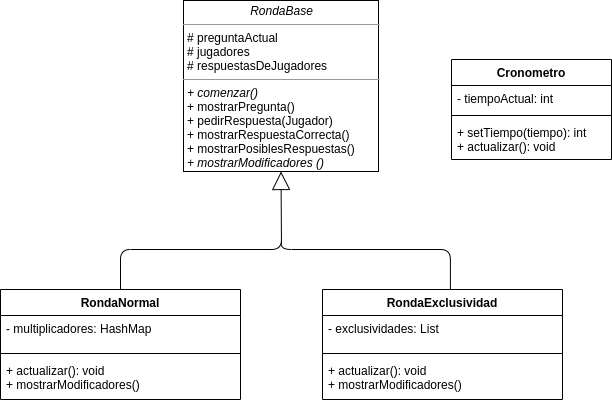
AndresJalife/Kahoot-2.0 keeps this draw.io diagram as informe/diagramaRonda.png. Above is the earlier version. Source tidied: cells renumbered, new cells last; positions are measured from the earlier drawing's top-left corner, leaving out a move shared by most shapes.
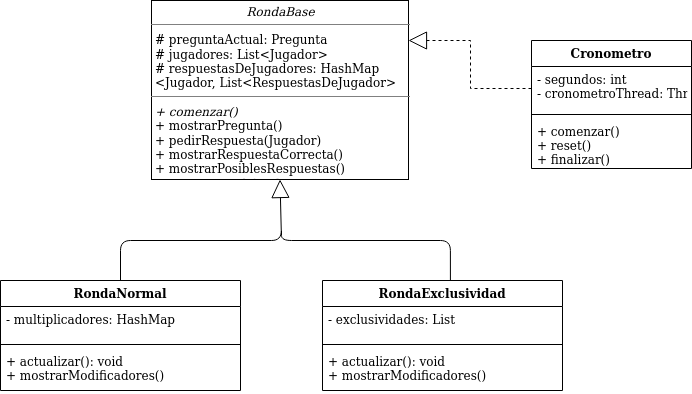
Later version of the same file.

Commit message:
Actualizo diagramas & informe

Diff of the diagram source:
```diff
@@ -2,8 +2,8 @@
   <root>
     <mxCell id="0" />
     <mxCell id="1" parent="0" />
-    <mxCell id="2" value="&lt;p style=&quot;margin: 0px ; margin-top: 4px ; text-align: center&quot;&gt;&lt;i&gt;RondaBase&lt;/i&gt;&lt;/p&gt;&lt;hr size=&quot;1&quot;&gt;&lt;p style=&quot;margin: 0px ; margin-left: 4px&quot;&gt;# preguntaActual&lt;/p&gt;&lt;p style=&quot;margin: 0px ; margin-left: 4px&quot;&gt;# jugadores&lt;/p&gt;&lt;p style=&quot;margin: 0px ; margin-left: 4px&quot;&gt;# respuestasDeJugadores&lt;/p&gt;&lt;hr size=&quot;1&quot;&gt;&lt;p style=&quot;margin: 0px ; margin-left: 4px&quot;&gt;&lt;i&gt;+ comenzar()&lt;/i&gt;&lt;br&gt;&lt;/p&gt;&lt;p style=&quot;margin: 0px ; margin-left: 4px&quot;&gt;+ mostrarPregunta()&lt;/p&gt;&lt;p style=&quot;margin: 0px ; margin-left: 4px&quot;&gt;+ pedirRespuesta(Jugador)&lt;/p&gt;&lt;p style=&quot;margin: 0px ; margin-left: 4px&quot;&gt;+ mostrarRespuestaCorrecta()&lt;/p&gt;&lt;p style=&quot;margin: 0px ; margin-left: 4px&quot;&gt;+ mostrarPosiblesRespuestas()&lt;/p&gt;&lt;p style=&quot;margin: 0px ; margin-left: 4px&quot;&gt;&lt;i&gt;+ mostrarModificadores ()&lt;/i&gt;&lt;/p&gt;" style="verticalAlign=top;align=left;overflow=fill;fontSize=12;fontFamily=Helvetica;html=1;" parent="1" vertex="1">
-      <mxGeometry x="183" width="195" height="171" as="geometry" />
+    <mxCell id="2" value="&lt;p style=&quot;margin: 0px ; margin-top: 4px ; text-align: center&quot;&gt;&lt;i&gt;RondaBase&lt;/i&gt;&lt;/p&gt;&lt;hr size=&quot;1&quot;&gt;&lt;p style=&quot;margin: 0px ; margin-left: 4px&quot;&gt;# preguntaActual: Pregunta&lt;br&gt;&lt;/p&gt;&lt;p style=&quot;margin: 0px ; margin-left: 4px&quot;&gt;# jugadores: List&amp;lt;Jugador&amp;gt;&lt;br&gt;&lt;/p&gt;&lt;p style=&quot;margin: 0px ; margin-left: 4px&quot;&gt;# respuestasDeJugadores: HashMap&lt;/p&gt;&lt;p style=&quot;margin: 0px ; margin-left: 4px&quot;&gt;&amp;lt;Jugador, List&amp;lt;RespuestasDeJugador&amp;gt;&lt;br&gt;&lt;/p&gt;&lt;hr size=&quot;1&quot;&gt;&lt;p style=&quot;margin: 0px ; margin-left: 4px&quot;&gt;&lt;i&gt;+ comenzar()&lt;/i&gt;&lt;br&gt;&lt;/p&gt;&lt;p style=&quot;margin: 0px ; margin-left: 4px&quot;&gt;+ mostrarPregunta()&lt;/p&gt;&lt;p style=&quot;margin: 0px ; margin-left: 4px&quot;&gt;+ pedirRespuesta(Jugador)&lt;/p&gt;&lt;p style=&quot;margin: 0px ; margin-left: 4px&quot;&gt;+ mostrarRespuestaCorrecta()&lt;/p&gt;&lt;p style=&quot;margin: 0px ; margin-left: 4px&quot;&gt;+ mostrarPosiblesRespuestas()&lt;/p&gt;&lt;p style=&quot;margin: 0px ; margin-left: 4px&quot;&gt;&lt;i&gt;+ mostrarModificadores ()&lt;/i&gt;&lt;/p&gt;" style="verticalAlign=top;align=left;overflow=fill;fontSize=12;fontFamily=Helvetica;html=1;" parent="1" vertex="1">
+      <mxGeometry x="151" y="9" width="257" height="179" as="geometry" />
     </mxCell>
     <mxCell id="3" value="RondaNormal" style="swimlane;fontStyle=1;align=center;verticalAlign=top;horizontal=1;startSize=26;" parent="1" vertex="1">
       <mxGeometry y="289" width="240" height="110" as="geometry" />
@@ -29,34 +29,42 @@
     <mxCell id="10" value="+ actualizar(): void&#10;+ mostrarModificadores()" style="text;strokeColor=none;fillColor=none;align=left;verticalAlign=top;spacingLeft=4;spacingRight=4;overflow=hidden;" parent="7" vertex="1">
       <mxGeometry y="68" width="240" height="42" as="geometry" />
     </mxCell>
+    <mxCell id="15" style="endArrow=block;endSize=16;endFill=0;html=1;entryX=0.5;entryY=1;entryDx=0;entryDy=0;exitX=0.5;exitY=0;exitDx=0;exitDy=0;" parent="1" edge="1" source="3" target="2">
+      <mxGeometry relative="1" as="geometry">
+        <Array as="points">
+          <mxPoint x="120" y="249" />
+          <mxPoint x="281" y="249" />
+        </Array>
+      </mxGeometry>
+    </mxCell>
+    <mxCell id="16" style="endArrow=none;html=1;edgeStyle=orthogonalEdgeStyle;entryX=0.533;entryY=0;entryDx=0;entryDy=0;entryPerimeter=0;" parent="1" edge="1" target="7">
+      <mxGeometry relative="1" as="geometry">
+        <mxPoint x="281" y="239" as="sourcePoint" />
+        <Array as="points">
+          <mxPoint x="281" y="249" />
+          <mxPoint x="450" y="249" />
+        </Array>
+      </mxGeometry>
+    </mxCell>
+    <mxCell id="17" style="edgeStyle=orthogonalEdgeStyle;rounded=0;jettySize=auto;html=1;dashed=1;endArrow=block;endFill=0;strokeWidth=1;endSize=16;" parent="1" edge="1" source="12" target="2">
+      <mxGeometry relative="1" as="geometry">
+        <Array as="points">
+          <mxPoint x="470" y="97" />
+          <mxPoint x="470" y="49" />
+        </Array>
+      </mxGeometry>
+    </mxCell>
     <mxCell id="11" value="Cronometro" style="swimlane;fontStyle=1;align=center;verticalAlign=top;horizontal=1;startSize=26;" parent="1" vertex="1">
-      <mxGeometry x="451" y="59" width="160" height="100" as="geometry" />
+      <mxGeometry x="531" y="49" width="160" height="128" as="geometry" />
     </mxCell>
-    <mxCell id="12" value="- tiempoActual: int" style="text;strokeColor=none;fillColor=none;align=left;verticalAlign=top;spacingLeft=4;spacingRight=4;overflow=hidden;points=[[0,0.5],[1,0.5]];portConstraint=eastwest;" parent="11" vertex="1">
-      <mxGeometry y="26" width="160" height="26" as="geometry" />
+    <mxCell id="12" value="- segundos: int&#10;- cronometroThread: Thread" style="text;strokeColor=none;fillColor=none;align=left;verticalAlign=top;spacingLeft=4;spacingRight=4;overflow=hidden;points=[[0,0.5],[1,0.5]];portConstraint=eastwest;" parent="11" vertex="1">
+      <mxGeometry y="26" width="160" height="44" as="geometry" />
     </mxCell>
     <mxCell id="13" style="line;strokeWidth=1;fillColor=none;align=left;verticalAlign=middle;spacingTop=-1;spacingLeft=3;spacingRight=3;labelPosition=right;" parent="11" vertex="1">
-      <mxGeometry y="52" width="160" height="8" as="geometry" />
+      <mxGeometry y="70" width="160" height="8" as="geometry" />
     </mxCell>
-    <mxCell id="14" value="+ setTiempo(tiempo): int&#10;+ actualizar(): void" style="text;strokeColor=none;fillColor=none;align=left;verticalAlign=top;spacingLeft=4;spacingRight=4;overflow=hidden;" parent="11" vertex="1">
-      <mxGeometry y="60" width="160" height="40" as="geometry" />
+    <mxCell id="14" value="+ comenzar()&#10;+ reset()&#10;+ finalizar()" style="text;strokeColor=none;fillColor=none;align=left;verticalAlign=top;spacingLeft=4;spacingRight=4;overflow=hidden;" parent="11" vertex="1">
+      <mxGeometry y="78" width="160" height="50" as="geometry" />
     </mxCell>
-    <mxCell id="15" style="endArrow=block;endSize=16;endFill=0;html=1;entryX=0.5;entryY=1;entryDx=0;entryDy=0;exitX=0.5;exitY=0;exitDx=0;exitDy=0;" parent="1" edge="1" source="3" target="2">
-      <mxGeometry relative="1" as="geometry">
-        <Array as="points">
-          <mxPoint x="120" y="249" />
-          <mxPoint x="281" y="249" />
-        </Array>
-      </mxGeometry>
-    </mxCell>
-    <mxCell id="16" style="endArrow=none;html=1;edgeStyle=orthogonalEdgeStyle;entryX=0.533;entryY=0;entryDx=0;entryDy=0;entryPerimeter=0;" parent="1" edge="1" target="7">
-      <mxGeometry relative="1" as="geometry">
-        <mxPoint x="281" y="239" as="sourcePoint" />
-        <Array as="points">
-          <mxPoint x="281" y="249" />
-          <mxPoint x="450" y="249" />
-        </Array>
-      </mxGeometry>
-    </mxCell>
   </root>
 </mxGraphModel>
```
